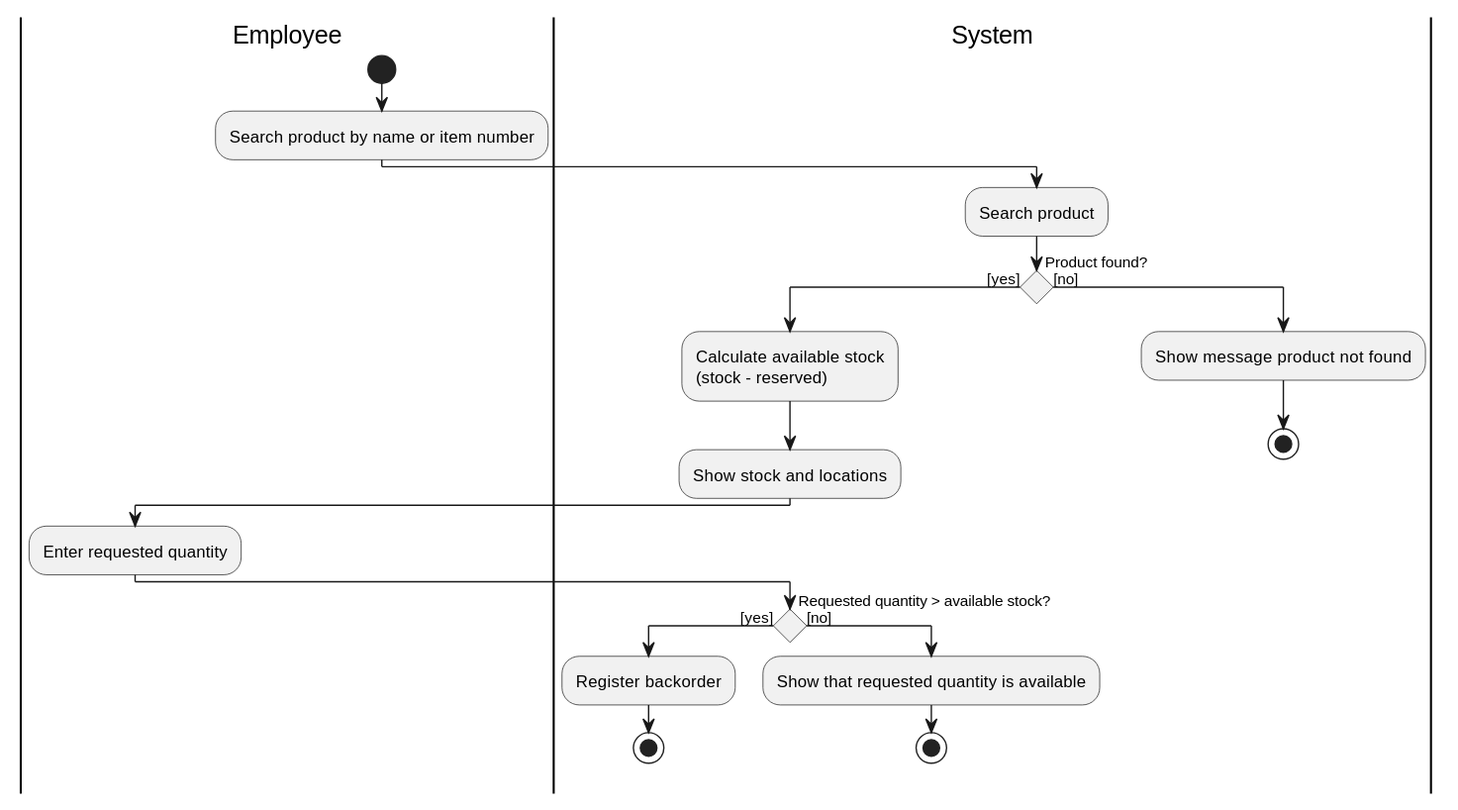
ViktorQorri/Project-Timaflu keeps this PlantUML diagram as Documentation/Architecture/uml/export/activity_diagrams/AD04_Check_stock.svg. Above is the earlier version.
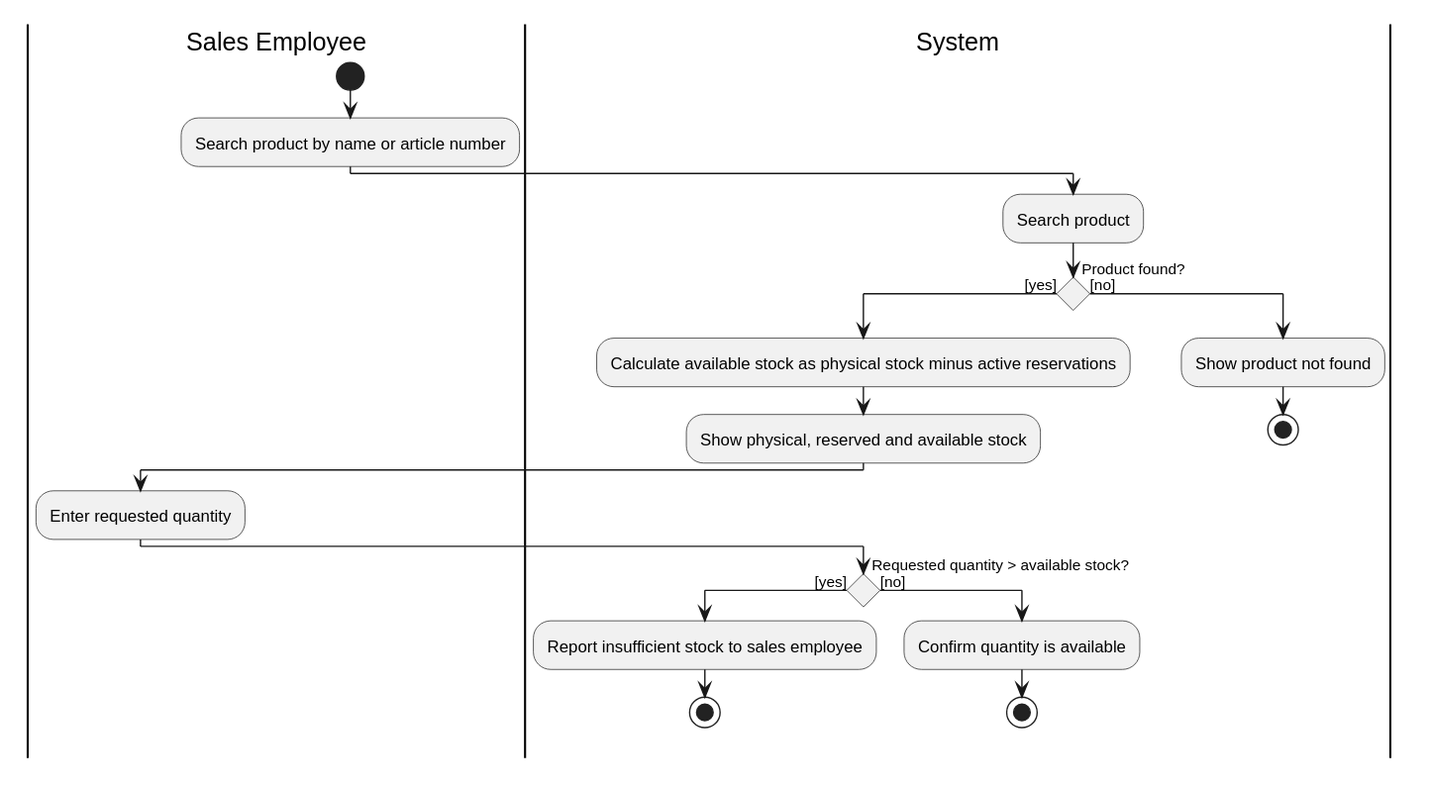
Above is the later version.

Commit message:
Align order activity diagram with customer backorder decisions

What changed in the source:
```diff
@@ -2,28 +2,26 @@
 skinparam conditionStyle diamond
 skinparam ConditionEndStyle diamond
 skinparam ActivityDiamondFontSize 11
-
-|Employee|
+|Sales Employee|
 start
-:Search product by name or item number;
-
+:Search product by name or article number;
 |System|
 :Search product;
 if (Product found?) then ([yes])
-  :Calculate available stock\n(stock - reserved);
-  :Show stock and locations;
-  |Employee|
+  :Calculate available stock as physical stock minus active reservations;
+  :Show physical, reserved and available stock;
+  |Sales Employee|
   :Enter requested quantity;
   |System|
   if (Requested quantity > available stock?) then ([yes])
-    :Register backorder;
+    :Report insufficient stock to sales employee;
     stop
   else ([no])
-    :Show that requested quantity is available;
+    :Confirm quantity is available;
     stop
   endif
 else ([no])
-  :Show message product not found;
+  :Show product not found;
   stop
 endif
 @enduml
```
